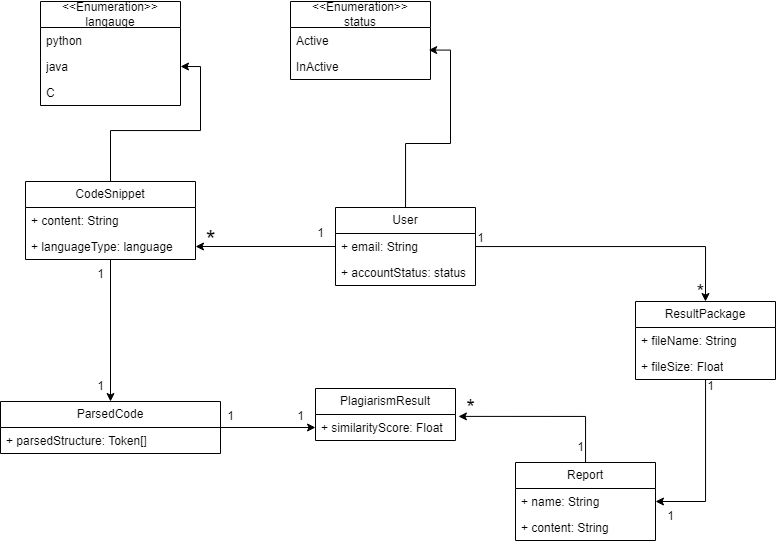
Earlier version of the draw.io export docs/SRS-Volere/assets/UML.png (lilweege/SyntaxSentinels). Source tidied: cells renumbered, new cells last; positions are measured from the earlier drawing's top-left corner, leaving out a move shared by most shapes.
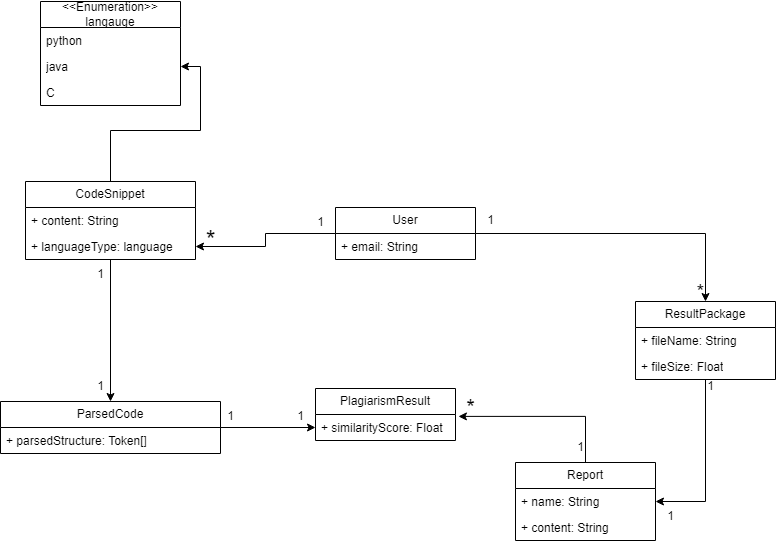
After the change.

Diff of the diagram source:
```diff
@@ -17,9 +17,6 @@
     <mxCell id="6" value="+ languageType: language" style="text;strokeColor=none;fillColor=none;align=left;verticalAlign=top;spacingLeft=4;spacingRight=4;overflow=hidden;points=[[0,0.5],[1,0.5]];portConstraint=eastwest;whiteSpace=wrap;html=1;" parent="4" vertex="1">
       <mxGeometry y="52" width="170" height="26" as="geometry" />
     </mxCell>
-    <mxCell id="7" style="edgeStyle=orthogonalEdgeStyle;rounded=0;jettySize=auto;html=1;entryX=0.987;entryY=-0.131;entryDx=0;entryDy=0;entryPerimeter=0;" parent="1" edge="1" source="10" target="19">
-      <mxGeometry relative="1" as="geometry" />
-    </mxCell>
     <mxCell id="8" style="edgeStyle=orthogonalEdgeStyle;rounded=0;jettySize=auto;html=1;entryX=1;entryY=0.5;entryDx=0;entryDy=0;" parent="1" edge="1" source="10" target="6">
       <mxGeometry relative="1" as="geometry" />
     </mxCell>
@@ -27,14 +24,11 @@
       <mxGeometry relative="1" as="geometry" />
     </mxCell>
     <mxCell id="10" value="User" style="swimlane;fontStyle=0;horizontal=1;startSize=26;fillColor=none;whiteSpace=wrap;html=1;" parent="1" vertex="1">
-      <mxGeometry x="335" y="206" width="140" height="78" as="geometry" />
+      <mxGeometry x="335" y="206" width="140" height="52" as="geometry" />
     </mxCell>
     <mxCell id="11" value="+ email: String" style="text;strokeColor=none;fillColor=none;align=left;verticalAlign=top;spacingLeft=4;spacingRight=4;overflow=hidden;whiteSpace=wrap;html=1;" parent="10" vertex="1">
       <mxGeometry y="26" width="140" height="26" as="geometry" />
     </mxCell>
-    <mxCell id="12" value="+ accountStatus: status" style="text;strokeColor=none;fillColor=none;align=left;verticalAlign=top;spacingLeft=4;spacingRight=4;overflow=hidden;whiteSpace=wrap;html=1;" parent="10" vertex="1">
-      <mxGeometry y="52" width="140" height="26" as="geometry" />
-    </mxCell>
     <mxCell id="13" value="&amp;lt;&amp;lt;Enumeration&amp;gt;&amp;gt;&lt;br&gt;langauge" style="swimlane;fontStyle=0;horizontal=1;startSize=26;fillColor=none;whiteSpace=wrap;html=1;" parent="1" vertex="1">
       <mxGeometry x="40" width="140" height="104" as="geometry" />
     </mxCell>
@@ -47,17 +41,8 @@
     <mxCell id="16" value="C" style="text;strokeColor=none;fillColor=none;align=left;verticalAlign=top;spacingLeft=4;spacingRight=4;overflow=hidden;whiteSpace=wrap;html=1;" parent="13" vertex="1">
       <mxGeometry y="78" width="140" height="26" as="geometry" />
     </mxCell>
-    <mxCell id="17" value="&amp;lt;&amp;lt;Enumeration&amp;gt;&amp;gt;&lt;br&gt;status" style="swimlane;fontStyle=0;horizontal=1;startSize=26;fillColor=none;whiteSpace=wrap;html=1;" parent="1" vertex="1">
-      <mxGeometry x="290" width="140" height="78" as="geometry" />
-    </mxCell>
-    <mxCell id="18" value="Active" style="text;strokeColor=none;fillColor=none;align=left;verticalAlign=top;spacingLeft=4;spacingRight=4;overflow=hidden;whiteSpace=wrap;html=1;" parent="17" vertex="1">
-      <mxGeometry y="26" width="140" height="26" as="geometry" />
-    </mxCell>
-    <mxCell id="19" value="InActive" style="text;strokeColor=none;fillColor=none;align=left;verticalAlign=top;spacingLeft=4;spacingRight=4;overflow=hidden;points=[[0,0.5],[1,0.5]];portConstraint=eastwest;whiteSpace=wrap;html=1;" parent="17" vertex="1">
-      <mxGeometry y="52" width="140" height="26" as="geometry" />
-    </mxCell>
     <mxCell id="20" value="1" style="text;html=1;align=center;verticalAlign=middle;strokeColor=none;fillColor=none;" parent="1" vertex="1">
-      <mxGeometry x="305" y="217" width="30" height="30" as="geometry" />
+      <mxGeometry x="305" y="206" width="30" height="30" as="geometry" />
     </mxCell>
     <mxCell id="21" value="&lt;font style=&quot;font-size: 25px;&quot;&gt;*&lt;/font&gt;" style="text;html=1;align=center;verticalAlign=middle;strokeColor=none;fillColor=none;" parent="1" vertex="1">
       <mxGeometry x="195" y="217" width="30" height="40" as="geometry" />
@@ -107,7 +92,7 @@
       <mxGeometry x="455" y="387" width="30" height="40" as="geometry" />
     </mxCell>
     <mxCell id="36" value="1" style="text;html=1;align=center;verticalAlign=middle;strokeColor=none;fillColor=none;" parent="1" vertex="1">
-      <mxGeometry x="465" y="222" width="30" height="30" as="geometry" />
+      <mxGeometry x="475" y="204" width="30" height="30" as="geometry" />
     </mxCell>
     <mxCell id="37" value="&lt;font style=&quot;font-size: 20px;&quot;&gt;*&lt;/font&gt;" style="text;html=1;align=center;verticalAlign=middle;strokeColor=none;fillColor=none;" parent="1" vertex="1">
       <mxGeometry x="685" y="270" width="30" height="40" as="geometry" />
```
